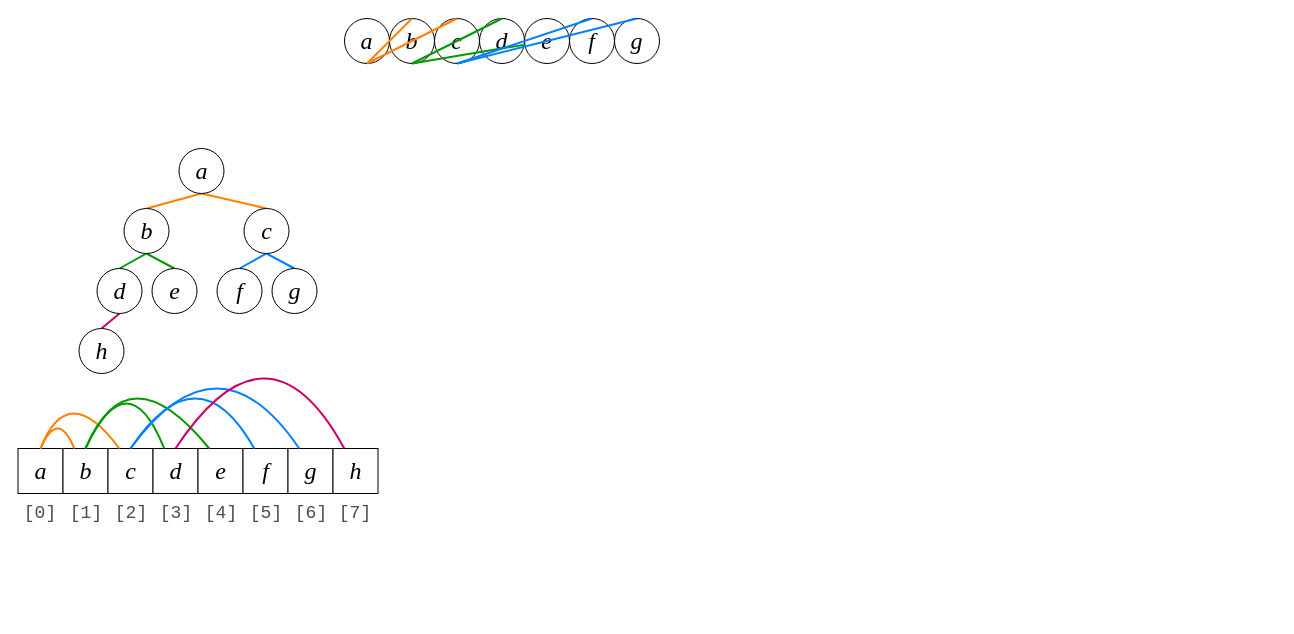
Before: graphs/Complete Binary Tree.drawio in lgreco/images, a draw.io diagram. Source tidied: cells renumbered, new cells numbered last; positions are measured from the earlier drawing's top-left corner, leaving out a move shared by most shapes. Both pictures are drawn from the tidied source at 100%, with x=0, y=0 at pixel (18, 18).
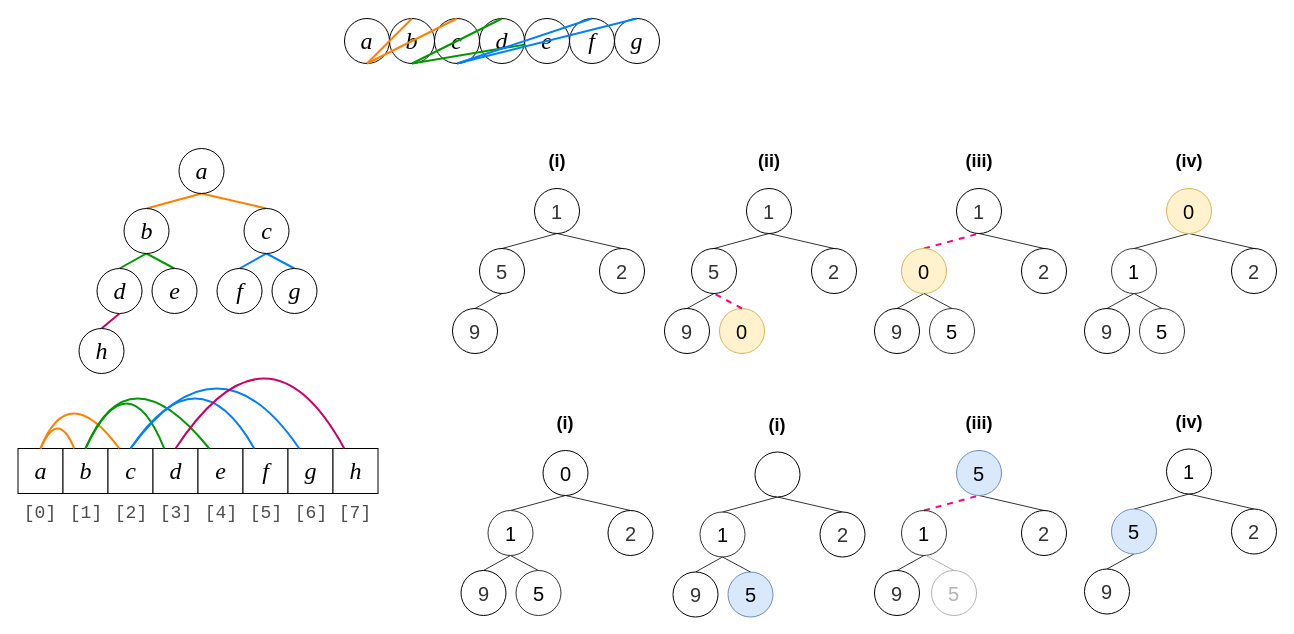
Above is the later version.

Diff of the diagram source:
```diff
@@
+    <mxCell id="55" style="endArrow=none;html=1;rounded=0;defaultLabelBackgroundColor=page;exitX=0.5;exitY=0;exitDx=0;exitDy=0;entryX=0.5;entryY=1;entryDx=0;entryDy=0;strokeWidth=1;strokeColor=#333333;" parent="1" edge="1" source="60" target="58">
+      <mxGeometry relative="1" as="geometry" />
+    </mxCell>
+    <mxCell id="56" style="endArrow=none;html=1;rounded=0;defaultLabelBackgroundColor=page;exitX=0.5;exitY=0;exitDx=0;exitDy=0;entryX=0.5;entryY=1;entryDx=0;entryDy=0;strokeWidth=1;strokeColor=#333333;" parent="1" edge="1" source="59" target="58">
+      <mxGeometry relative="1" as="geometry" />
+    </mxCell>
+    <mxCell id="57" style="endArrow=none;html=1;rounded=0;defaultLabelBackgroundColor=page;exitX=0.5;exitY=0;exitDx=0;exitDy=0;entryX=0.5;entryY=1;entryDx=0;entryDy=0;strokeWidth=1;strokeColor=#333333;" parent="1" edge="1" source="61" target="60">
+      <mxGeometry relative="1" as="geometry" />
+    </mxCell>
+    <mxCell id="58" value="1" style="ellipse;whiteSpace=wrap;html=1;shapeInside=1;fontFamily=Helvetica;fontStyle=0;fontSize=20;spacingBottom=0;fontColor=#333333;" parent="1" vertex="1">
+      <mxGeometry x="516" y="170" width="45" height="45" as="geometry" />
+    </mxCell>
+    <mxCell id="59" value="2" style="ellipse;whiteSpace=wrap;html=1;shapeInside=1;fontFamily=Helvetica;fontStyle=0;fontSize=20;spacingBottom=0;fontColor=#333333;" parent="1" vertex="1">
+      <mxGeometry x="581" y="230" width="45" height="45" as="geometry" />
+    </mxCell>
+    <mxCell id="60" value="5" style="ellipse;whiteSpace=wrap;html=1;shapeInside=1;fontFamily=Helvetica;fontStyle=0;fontSize=20;spacingBottom=0;fontColor=#333333;" parent="1" vertex="1">
+      <mxGeometry x="461" y="230" width="45" height="45" as="geometry" />
+    </mxCell>
+    <mxCell id="61" value="9" style="ellipse;whiteSpace=wrap;html=1;shapeInside=1;fontFamily=Helvetica;fontStyle=0;fontSize=20;spacingBottom=0;fontColor=#333333;" parent="1" vertex="1">
+      <mxGeometry x="434" y="290" width="45" height="45" as="geometry" />
+    </mxCell>
+    <mxCell id="62" style="endArrow=none;html=1;rounded=0;defaultLabelBackgroundColor=page;exitX=0.5;exitY=0;exitDx=0;exitDy=0;entryX=0.5;entryY=1;entryDx=0;entryDy=0;strokeWidth=1;strokeColor=#333333;" parent="1" edge="1" source="67" target="65">
+      <mxGeometry relative="1" as="geometry" />
+    </mxCell>
+    <mxCell id="63" style="endArrow=none;html=1;rounded=0;defaultLabelBackgroundColor=page;exitX=0.5;exitY=0;exitDx=0;exitDy=0;entryX=0.5;entryY=1;entryDx=0;entryDy=0;strokeWidth=1;strokeColor=#333333;" parent="1" edge="1" source="66" target="65">
+      <mxGeometry relative="1" as="geometry" />
+    </mxCell>
+    <mxCell id="64" style="endArrow=none;html=1;rounded=0;defaultLabelBackgroundColor=page;exitX=0.5;exitY=0;exitDx=0;exitDy=0;entryX=0.5;entryY=1;entryDx=0;entryDy=0;strokeWidth=1;strokeColor=#333333;" parent="1" edge="1" source="68" target="67">
+      <mxGeometry relative="1" as="geometry" />
+    </mxCell>
+    <mxCell id="65" value="1" style="ellipse;whiteSpace=wrap;html=1;shapeInside=1;fontFamily=Helvetica;fontStyle=0;fontSize=20;spacingBottom=0;fontColor=#333333;" parent="1" vertex="1">
+      <mxGeometry x="728" y="170" width="45" height="45" as="geometry" />
+    </mxCell>
+    <mxCell id="66" value="2" style="ellipse;whiteSpace=wrap;html=1;shapeInside=1;fontFamily=Helvetica;fontStyle=0;fontSize=20;spacingBottom=0;fontColor=#333333;" parent="1" vertex="1">
+      <mxGeometry x="793" y="230" width="45" height="45" as="geometry" />
+    </mxCell>
+    <mxCell id="67" value="5" style="ellipse;whiteSpace=wrap;html=1;shapeInside=1;fontFamily=Helvetica;fontStyle=0;fontSize=20;spacingBottom=0;fontColor=#333333;" parent="1" vertex="1">
+      <mxGeometry x="673" y="230" width="45" height="45" as="geometry" />
+    </mxCell>
+    <mxCell id="68" value="9" style="ellipse;whiteSpace=wrap;html=1;shapeInside=1;fontFamily=Helvetica;fontStyle=0;fontSize=20;spacingBottom=0;fontColor=#333333;" parent="1" vertex="1">
+      <mxGeometry x="646" y="290" width="45" height="45" as="geometry" />
+    </mxCell>
+    <mxCell id="69" value="0" style="ellipse;whiteSpace=wrap;html=1;shapeInside=1;fontFamily=Helvetica;fontStyle=0;fontSize=20;spacingBottom=0;fillColor=#fff2cc;strokeColor=#d6b656;" parent="1" vertex="1">
+      <mxGeometry x="701" y="290" width="45" height="45" as="geometry" />
+    </mxCell>
+    <mxCell id="70" style="endArrow=none;html=1;rounded=0;defaultLabelBackgroundColor=page;exitX=0.5;exitY=0;exitDx=0;exitDy=0;entryX=0.5;entryY=1;entryDx=0;entryDy=0;strokeWidth=2;strokeColor=#FF0080;fillColor=#f8cecc;dashed=1;" parent="1" edge="1" source="69" target="67">
+      <mxGeometry relative="1" as="geometry" />
+    </mxCell>
+    <mxCell id="71" style="endArrow=none;html=1;rounded=0;defaultLabelBackgroundColor=page;exitX=0.5;exitY=0;exitDx=0;exitDy=0;entryX=0.5;entryY=1;entryDx=0;entryDy=0;strokeWidth=2;strokeColor=#FF0080;dashed=1;" parent="1" edge="1" source="76" target="74">
+      <mxGeometry relative="1" as="geometry" />
+    </mxCell>
+    <mxCell id="72" style="endArrow=none;html=1;rounded=0;defaultLabelBackgroundColor=page;exitX=0.5;exitY=0;exitDx=0;exitDy=0;entryX=0.5;entryY=1;entryDx=0;entryDy=0;strokeWidth=1;strokeColor=#333333;" parent="1" edge="1" source="75" target="74">
+      <mxGeometry relative="1" as="geometry" />
+    </mxCell>
+    <mxCell id="73" style="endArrow=none;html=1;rounded=0;defaultLabelBackgroundColor=page;exitX=0.5;exitY=0;exitDx=0;exitDy=0;entryX=0.5;entryY=1;entryDx=0;entryDy=0;strokeWidth=1;strokeColor=#333333;" parent="1" edge="1" source="77" target="76">
+      <mxGeometry relative="1" as="geometry" />
+    </mxCell>
+    <mxCell id="74" value="1" style="ellipse;whiteSpace=wrap;html=1;shapeInside=1;fontFamily=Helvetica;fontStyle=0;fontSize=20;spacingBottom=0;fontColor=#333333;" parent="1" vertex="1">
+      <mxGeometry x="938" y="170" width="45" height="45" as="geometry" />
+    </mxCell>
+    <mxCell id="75" value="2" style="ellipse;whiteSpace=wrap;html=1;shapeInside=1;fontFamily=Helvetica;fontStyle=0;fontSize=20;spacingBottom=0;fontColor=#333333;" parent="1" vertex="1">
+      <mxGeometry x="1003" y="230" width="45" height="45" as="geometry" />
+    </mxCell>
+    <mxCell id="76" value="0" style="ellipse;whiteSpace=wrap;html=1;shapeInside=1;fontFamily=Helvetica;fontStyle=0;fontSize=20;spacingBottom=0;fillColor=#fff2cc;strokeColor=#d6b656;" parent="1" vertex="1">
+      <mxGeometry x="883" y="230" width="45" height="45" as="geometry" />
+    </mxCell>
+    <mxCell id="77" value="9" style="ellipse;whiteSpace=wrap;html=1;shapeInside=1;fontFamily=Helvetica;fontStyle=0;fontSize=20;spacingBottom=0;fontColor=#333333;" parent="1" vertex="1">
+      <mxGeometry x="856" y="290" width="45" height="45" as="geometry" />
+    </mxCell>
+    <mxCell id="78" value="5" style="ellipse;whiteSpace=wrap;html=1;shapeInside=1;fontFamily=Helvetica;fontStyle=0;fontSize=20;spacingBottom=0;fillColor=none;strokeColor=#333333;" parent="1" vertex="1">
+      <mxGeometry x="911" y="290" width="45" height="45" as="geometry" />
+    </mxCell>
+    <mxCell id="79" style="endArrow=none;html=1;rounded=0;defaultLabelBackgroundColor=page;exitX=0.5;exitY=0;exitDx=0;exitDy=0;entryX=0.5;entryY=1;entryDx=0;entryDy=0;strokeWidth=1;strokeColor=#333333;fillColor=#f8cecc;" parent="1" edge="1" source="78" target="76">
+      <mxGeometry relative="1" as="geometry" />
+    </mxCell>
+    <mxCell id="80" style="endArrow=none;html=1;rounded=0;defaultLabelBackgroundColor=page;exitX=0.5;exitY=0;exitDx=0;exitDy=0;entryX=0.5;entryY=1;entryDx=0;entryDy=0;strokeWidth=1;strokeColor=#333333;" parent="1" edge="1" source="85" target="83">
+      <mxGeometry relative="1" as="geometry" />
+    </mxCell>
+    <mxCell id="81" style="endArrow=none;html=1;rounded=0;defaultLabelBackgroundColor=page;exitX=0.5;exitY=0;exitDx=0;exitDy=0;entryX=0.5;entryY=1;entryDx=0;entryDy=0;strokeWidth=1;strokeColor=#333333;" parent="1" edge="1" source="84" target="83">
+      <mxGeometry relative="1" as="geometry" />
+    </mxCell>
+    <mxCell id="82" style="endArrow=none;html=1;rounded=0;defaultLabelBackgroundColor=page;exitX=0.5;exitY=0;exitDx=0;exitDy=0;entryX=0.5;entryY=1;entryDx=0;entryDy=0;strokeWidth=1;strokeColor=#333333;" parent="1" edge="1" source="86" target="85">
+      <mxGeometry relative="1" as="geometry" />
+    </mxCell>
+    <mxCell id="83" value="0" style="ellipse;whiteSpace=wrap;html=1;shapeInside=1;fontFamily=Helvetica;fontStyle=0;fontSize=20;spacingBottom=0;fillColor=#fff2cc;strokeColor=#d6b656;" parent="1" vertex="1">
+      <mxGeometry x="1148" y="170" width="45" height="45" as="geometry" />
+    </mxCell>
+    <mxCell id="84" value="2" style="ellipse;whiteSpace=wrap;html=1;shapeInside=1;fontFamily=Helvetica;fontStyle=0;fontSize=20;spacingBottom=0;fontColor=#333333;" parent="1" vertex="1">
+      <mxGeometry x="1213" y="230" width="45" height="45" as="geometry" />
+    </mxCell>
+    <mxCell id="85" value="1" style="ellipse;whiteSpace=wrap;html=1;shapeInside=1;fontFamily=Helvetica;fontStyle=0;fontSize=20;spacingBottom=0;fillColor=none;strokeColor=#333333;" parent="1" vertex="1">
+      <mxGeometry x="1093" y="230" width="45" height="45" as="geometry" />
+    </mxCell>
+    <mxCell id="86" value="9" style="ellipse;whiteSpace=wrap;html=1;shapeInside=1;fontFamily=Helvetica;fontStyle=0;fontSize=20;spacingBottom=0;fontColor=#333333;" parent="1" vertex="1">
+      <mxGeometry x="1066" y="290" width="45" height="45" as="geometry" />
+    </mxCell>
+    <mxCell id="87" value="5" style="ellipse;whiteSpace=wrap;html=1;shapeInside=1;fontFamily=Helvetica;fontStyle=0;fontSize=20;spacingBottom=0;fillColor=none;strokeColor=#333333;" parent="1" vertex="1">
+      <mxGeometry x="1121" y="290" width="45" height="45" as="geometry" />
+    </mxCell>
+    <mxCell id="88" style="endArrow=none;html=1;rounded=0;defaultLabelBackgroundColor=page;exitX=0.5;exitY=0;exitDx=0;exitDy=0;entryX=0.5;entryY=1;entryDx=0;entryDy=0;strokeWidth=1;strokeColor=#333333;fillColor=#f8cecc;" parent="1" edge="1" source="87" target="85">
+      <mxGeometry relative="1" as="geometry" />
+    </mxCell>
+    <mxCell id="89" value="&lt;span style=&quot;font-size: 18px;&quot;&gt;&lt;b&gt;(i)&lt;/b&gt;&lt;/span&gt;" style="text;html=1;whiteSpace=wrap;strokeColor=none;fillColor=none;align=center;verticalAlign=middle;rounded=0;" parent="1" vertex="1">
+      <mxGeometry x="508.5" y="127.5" width="60" height="30" as="geometry" />
+    </mxCell>
+    <mxCell id="90" value="&lt;span style=&quot;font-size: 18px;&quot;&gt;&lt;b&gt;(ii)&lt;/b&gt;&lt;/span&gt;" style="text;html=1;whiteSpace=wrap;strokeColor=none;fillColor=none;align=center;verticalAlign=middle;rounded=0;" parent="1" vertex="1">
+      <mxGeometry x="720.5" y="128" width="60" height="30" as="geometry" />
+    </mxCell>
+    <mxCell id="91" value="&lt;span style=&quot;font-size: 18px;&quot;&gt;&lt;b&gt;(iii)&lt;/b&gt;&lt;/span&gt;" style="text;html=1;whiteSpace=wrap;strokeColor=none;fillColor=none;align=center;verticalAlign=middle;rounded=0;" parent="1" vertex="1">
+      <mxGeometry x="930.5" y="128" width="60" height="30" as="geometry" />
+    </mxCell>
+    <mxCell id="92" value="&lt;span style=&quot;font-size: 18px;&quot;&gt;&lt;b&gt;(iv)&lt;/b&gt;&lt;/span&gt;" style="text;html=1;whiteSpace=wrap;strokeColor=none;fillColor=none;align=center;verticalAlign=middle;rounded=0;" parent="1" vertex="1">
+      <mxGeometry x="1140.5" y="128" width="60" height="30" as="geometry" />
+    </mxCell>
+    <mxCell id="93" style="endArrow=none;html=1;rounded=0;defaultLabelBackgroundColor=page;exitX=0.5;exitY=0;exitDx=0;exitDy=0;entryX=0.5;entryY=1;entryDx=0;entryDy=0;strokeWidth=1;strokeColor=#333333;" parent="1" edge="1" source="98" target="96">
+      <mxGeometry relative="1" as="geometry" />
+    </mxCell>
+    <mxCell id="94" style="endArrow=none;html=1;rounded=0;defaultLabelBackgroundColor=page;exitX=0.5;exitY=0;exitDx=0;exitDy=0;entryX=0.5;entryY=1;entryDx=0;entryDy=0;strokeWidth=1;strokeColor=#333333;" parent="1" edge="1" source="97" target="96">
+      <mxGeometry relative="1" as="geometry" />
+    </mxCell>
+    <mxCell id="95" style="endArrow=none;html=1;rounded=0;defaultLabelBackgroundColor=page;exitX=0.5;exitY=0;exitDx=0;exitDy=0;entryX=0.5;entryY=1;entryDx=0;entryDy=0;strokeWidth=1;strokeColor=#333333;" parent="1" edge="1" source="99" target="98">
+      <mxGeometry relative="1" as="geometry" />
+    </mxCell>
+    <mxCell id="96" value="0" style="ellipse;whiteSpace=wrap;html=1;shapeInside=1;fontFamily=Helvetica;fontStyle=0;fontSize=20;spacingBottom=0;" parent="1" vertex="1">
+      <mxGeometry x="524.5" y="432" width="45" height="45" as="geometry" />
+    </mxCell>
+    <mxCell id="97" value="2" style="ellipse;whiteSpace=wrap;html=1;shapeInside=1;fontFamily=Helvetica;fontStyle=0;fontSize=20;spacingBottom=0;fontColor=#333333;" parent="1" vertex="1">
+      <mxGeometry x="589.5" y="492" width="45" height="45" as="geometry" />
+    </mxCell>
+    <mxCell id="98" value="1" style="ellipse;whiteSpace=wrap;html=1;shapeInside=1;fontFamily=Helvetica;fontStyle=0;fontSize=20;spacingBottom=0;fillColor=none;strokeColor=#333333;" parent="1" vertex="1">
+      <mxGeometry x="469.5" y="492" width="45" height="45" as="geometry" />
+    </mxCell>
+    <mxCell id="99" value="9" style="ellipse;whiteSpace=wrap;html=1;shapeInside=1;fontFamily=Helvetica;fontStyle=0;fontSize=20;spacingBottom=0;fontColor=#333333;" parent="1" vertex="1">
+      <mxGeometry x="442.5" y="552" width="45" height="45" as="geometry" />
+    </mxCell>
+    <mxCell id="100" value="5" style="ellipse;whiteSpace=wrap;html=1;shapeInside=1;fontFamily=Helvetica;fontStyle=0;fontSize=20;spacingBottom=0;fillColor=none;strokeColor=#333333;" parent="1" vertex="1">
+      <mxGeometry x="497.5" y="552" width="45" height="45" as="geometry" />
+    </mxCell>
+    <mxCell id="101" style="endArrow=none;html=1;rounded=0;defaultLabelBackgroundColor=page;exitX=0.5;exitY=0;exitDx=0;exitDy=0;entryX=0.5;entryY=1;entryDx=0;entryDy=0;strokeWidth=1;strokeColor=#333333;fillColor=#f8cecc;" parent="1" edge="1" source="100" target="98">
+      <mxGeometry relative="1" as="geometry" />
+    </mxCell>
+    <mxCell id="102" value="&lt;span style=&quot;font-size: 18px;&quot;&gt;&lt;b&gt;(i)&lt;/b&gt;&lt;/span&gt;" style="text;html=1;whiteSpace=wrap;strokeColor=none;fillColor=none;align=center;verticalAlign=middle;rounded=0;" parent="1" vertex="1">
+      <mxGeometry x="517" y="390" width="60" height="30" as="geometry" />
+    </mxCell>
+    <mxCell id="103" style="endArrow=none;html=1;rounded=0;defaultLabelBackgroundColor=page;exitX=0.5;exitY=0;exitDx=0;exitDy=0;entryX=0.5;entryY=1;entryDx=0;entryDy=0;strokeWidth=2;strokeColor=#FF0080;dashed=1;" parent="1" edge="1" source="108" target="106">
+      <mxGeometry relative="1" as="geometry" />
+    </mxCell>
+    <mxCell id="104" style="endArrow=none;html=1;rounded=0;defaultLabelBackgroundColor=page;exitX=0.5;exitY=0;exitDx=0;exitDy=0;entryX=0.5;entryY=1;entryDx=0;entryDy=0;strokeWidth=1;strokeColor=#333333;" parent="1" edge="1" source="107" target="106">
+      <mxGeometry relative="1" as="geometry" />
+    </mxCell>
+    <mxCell id="105" style="endArrow=none;html=1;rounded=0;defaultLabelBackgroundColor=page;exitX=0.5;exitY=0;exitDx=0;exitDy=0;entryX=0.5;entryY=1;entryDx=0;entryDy=0;strokeWidth=1;strokeColor=#333333;" parent="1" edge="1" source="109" target="108">
+      <mxGeometry relative="1" as="geometry" />
+    </mxCell>
+    <mxCell id="106" value="&lt;div style=&quot;&quot;&gt;5&lt;/div&gt;" style="ellipse;whiteSpace=wrap;html=1;shapeInside=1;fontFamily=Helvetica;fontStyle=0;fontSize=20;spacingBottom=0;fillColor=#dae8fc;strokeColor=#6c8ebf;" parent="1" vertex="1">
+      <mxGeometry x="938" y="432" width="45" height="45" as="geometry" />
+    </mxCell>
+    <mxCell id="107" value="2" style="ellipse;whiteSpace=wrap;html=1;shapeInside=1;fontFamily=Helvetica;fontStyle=0;fontSize=20;spacingBottom=0;fontColor=#333333;" parent="1" vertex="1">
+      <mxGeometry x="1003" y="492" width="45" height="45" as="geometry" />
+    </mxCell>
+    <mxCell id="108" value="1" style="ellipse;whiteSpace=wrap;html=1;shapeInside=1;fontFamily=Helvetica;fontStyle=0;fontSize=20;spacingBottom=0;fillColor=none;strokeColor=#333333;" parent="1" vertex="1">
+      <mxGeometry x="883" y="492" width="45" height="45" as="geometry" />
+    </mxCell>
+    <mxCell id="109" value="9" style="ellipse;whiteSpace=wrap;html=1;shapeInside=1;fontFamily=Helvetica;fontStyle=0;fontSize=20;spacingBottom=0;fontColor=#333333;" parent="1" vertex="1">
+      <mxGeometry x="856" y="552" width="45" height="45" as="geometry" />
+    </mxCell>
+    <mxCell id="110" value="&lt;span style=&quot;font-size: 18px;&quot;&gt;&lt;b&gt;(iii)&lt;/b&gt;&lt;/span&gt;" style="text;html=1;whiteSpace=wrap;strokeColor=none;fillColor=none;align=center;verticalAlign=middle;rounded=0;" parent="1" vertex="1">
+      <mxGeometry x="930.5" y="390" width="60" height="30" as="geometry" />
+    </mxCell>
+    <mxCell id="111" style="endArrow=none;html=1;rounded=0;defaultLabelBackgroundColor=page;exitX=0.5;exitY=0;exitDx=0;exitDy=0;entryX=0.5;entryY=1;entryDx=0;entryDy=0;strokeWidth=1;strokeColor=#333333;" parent="1" edge="1" source="116" target="114">
+      <mxGeometry relative="1" as="geometry" />
+    </mxCell>
+    <mxCell id="112" style="endArrow=none;html=1;rounded=0;defaultLabelBackgroundColor=page;exitX=0.5;exitY=0;exitDx=0;exitDy=0;entryX=0.5;entryY=1;entryDx=0;entryDy=0;strokeWidth=1;strokeColor=#333333;" parent="1" edge="1" source="115" target="114">
+      <mxGeometry relative="1" as="geometry" />
+    </mxCell>
+    <mxCell id="113" style="endArrow=none;html=1;rounded=0;defaultLabelBackgroundColor=page;exitX=0.5;exitY=0;exitDx=0;exitDy=0;entryX=0.5;entryY=1;entryDx=0;entryDy=0;strokeWidth=1;strokeColor=#333333;" parent="1" edge="1" source="117" target="116">
+      <mxGeometry relative="1" as="geometry" />
+    </mxCell>
+    <mxCell id="114" value="1" style="ellipse;whiteSpace=wrap;html=1;shapeInside=1;fontFamily=Helvetica;fontStyle=0;fontSize=20;spacingBottom=0;" parent="1" vertex="1">
+      <mxGeometry x="1148" y="430.5" width="45" height="45" as="geometry" />
+    </mxCell>
+    <mxCell id="115" value="2" style="ellipse;whiteSpace=wrap;html=1;shapeInside=1;fontFamily=Helvetica;fontStyle=0;fontSize=20;spacingBottom=0;fontColor=#333333;" parent="1" vertex="1">
+      <mxGeometry x="1213" y="490.5" width="45" height="45" as="geometry" />
+    </mxCell>
+    <mxCell id="116" value="5" style="ellipse;whiteSpace=wrap;html=1;shapeInside=1;fontFamily=Helvetica;fontStyle=0;fontSize=20;spacingBottom=0;fillColor=#dae8fc;strokeColor=#6c8ebf;" parent="1" vertex="1">
+      <mxGeometry x="1093" y="490.5" width="45" height="45" as="geometry" />
+    </mxCell>
+    <mxCell id="117" value="9" style="ellipse;whiteSpace=wrap;html=1;shapeInside=1;fontFamily=Helvetica;fontStyle=0;fontSize=20;spacingBottom=0;fontColor=#333333;" parent="1" vertex="1">
+      <mxGeometry x="1066" y="550.5" width="45" height="45" as="geometry" />
+    </mxCell>
+    <mxCell id="118" value="&lt;span style=&quot;font-size: 18px;&quot;&gt;&lt;b&gt;(iv)&lt;/b&gt;&lt;/span&gt;" style="text;html=1;whiteSpace=wrap;strokeColor=none;fillColor=none;align=center;verticalAlign=middle;rounded=0;" parent="1" vertex="1">
+      <mxGeometry x="1140.5" y="388.5" width="60" height="30" as="geometry" />
+    </mxCell>
+    <mxCell id="119" value="5" style="ellipse;whiteSpace=wrap;html=1;shapeInside=1;fontFamily=Helvetica;fontStyle=0;fontSize=20;spacingBottom=0;fillColor=none;strokeColor=#B3B3B3;fontColor=#B3B3B3;" parent="1" vertex="1">
+      <mxGeometry x="913" y="552" width="45" height="45" as="geometry" />
+    </mxCell>
+    <mxCell id="120" style="endArrow=none;html=1;rounded=0;defaultLabelBackgroundColor=page;exitX=0.5;exitY=0;exitDx=0;exitDy=0;entryX=0.5;entryY=1;entryDx=0;entryDy=0;strokeWidth=1;strokeColor=#B3B3B3;fillColor=#f8cecc;fontColor=#B3B3B3;" parent="1" edge="1" source="119">
+      <mxGeometry relative="1" as="geometry">
+        <mxPoint x="907.5" y="537" as="targetPoint" />
+      </mxGeometry>
+    </mxCell>
+    <mxCell id="121" style="endArrow=none;html=1;rounded=0;defaultLabelBackgroundColor=page;exitX=0.5;exitY=0;exitDx=0;exitDy=0;entryX=0.5;entryY=1;entryDx=0;entryDy=0;strokeWidth=1;strokeColor=#333333;" parent="1" edge="1" source="126" target="124">
+      <mxGeometry relative="1" as="geometry" />
+    </mxCell>
+    <mxCell id="122" style="endArrow=none;html=1;rounded=0;defaultLabelBackgroundColor=page;exitX=0.5;exitY=0;exitDx=0;exitDy=0;entryX=0.5;entryY=1;entryDx=0;entryDy=0;strokeWidth=1;strokeColor=#333333;" parent="1" edge="1" source="125" target="124">
+      <mxGeometry relative="1" as="geometry" />
+    </mxCell>
+    <mxCell id="123" style="endArrow=none;html=1;rounded=0;defaultLabelBackgroundColor=page;exitX=0.5;exitY=0;exitDx=0;exitDy=0;entryX=0.5;entryY=1;entryDx=0;entryDy=0;strokeWidth=1;strokeColor=#333333;" parent="1" edge="1" source="127" target="126">
+      <mxGeometry relative="1" as="geometry" />
+    </mxCell>
+    <mxCell id="124" value="&lt;div&gt;&lt;br/&gt;&lt;/div&gt;" style="ellipse;whiteSpace=wrap;html=1;shapeInside=1;fontFamily=Helvetica;fontStyle=0;fontSize=20;spacingBottom=0;" parent="1" vertex="1">
+      <mxGeometry x="736.5" y="433.5" width="45" height="45" as="geometry" />
+    </mxCell>
+    <mxCell id="125" value="2" style="ellipse;whiteSpace=wrap;html=1;shapeInside=1;fontFamily=Helvetica;fontStyle=0;fontSize=20;spacingBottom=0;fontColor=#333333;" parent="1" vertex="1">
+      <mxGeometry x="801.5" y="493.5" width="45" height="45" as="geometry" />
+    </mxCell>
+    <mxCell id="126" value="1" style="ellipse;whiteSpace=wrap;html=1;shapeInside=1;fontFamily=Helvetica;fontStyle=0;fontSize=20;spacingBottom=0;fillColor=none;strokeColor=#333333;" parent="1" vertex="1">
+      <mxGeometry x="681.5" y="493.5" width="45" height="45" as="geometry" />
+    </mxCell>
+    <mxCell id="127" value="9" style="ellipse;whiteSpace=wrap;html=1;shapeInside=1;fontFamily=Helvetica;fontStyle=0;fontSize=20;spacingBottom=0;fontColor=#333333;" parent="1" vertex="1">
+      <mxGeometry x="654.5" y="553.5" width="45" height="45" as="geometry" />
+    </mxCell>
+    <mxCell id="128" value="5" style="ellipse;whiteSpace=wrap;html=1;shapeInside=1;fontFamily=Helvetica;fontStyle=0;fontSize=20;spacingBottom=0;fillColor=#dae8fc;strokeColor=#6c8ebf;" parent="1" vertex="1">
+      <mxGeometry x="709.5" y="553.5" width="45" height="45" as="geometry" />
+    </mxCell>
+    <mxCell id="129" style="endArrow=none;html=1;rounded=0;defaultLabelBackgroundColor=page;exitX=0.5;exitY=0;exitDx=0;exitDy=0;entryX=0.5;entryY=1;entryDx=0;entryDy=0;strokeWidth=1;strokeColor=#333333;fillColor=#f8cecc;" parent="1" edge="1" source="128" target="126">
+      <mxGeometry relative="1" as="geometry" />
+    </mxCell>
+    <mxCell id="130" value="&lt;span style=&quot;font-size: 18px;&quot;&gt;&lt;b&gt;(i)&lt;/b&gt;&lt;/span&gt;" style="text;html=1;whiteSpace=wrap;strokeColor=none;fillColor=none;align=center;verticalAlign=middle;rounded=0;" parent="1" vertex="1">
+      <mxGeometry x="729" y="391.5" width="60" height="30" as="geometry" />
+    </mxCell>
```
